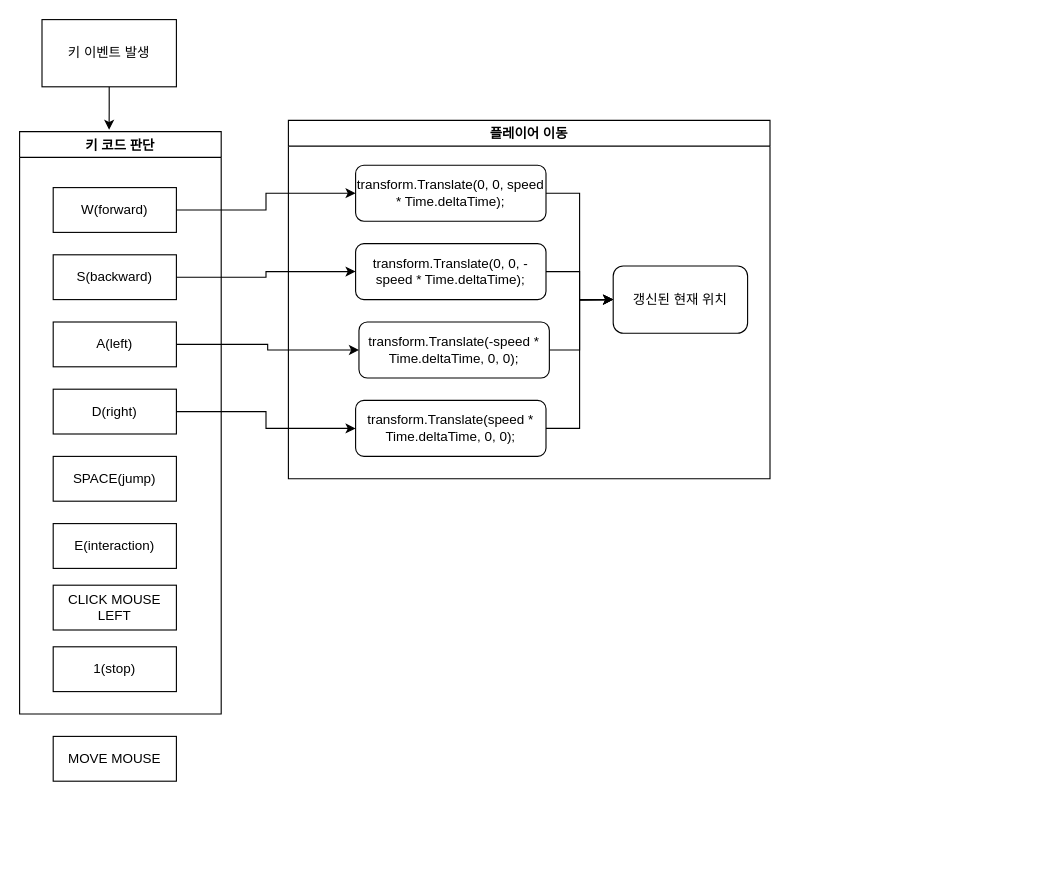
Above: img/Untitled Diagram.drawio in jeongwoo1788029/jeongwoo1788029.github.io (draw.io), before the change. Source tidied: cells renumbered, new cells numbered last; positions are measured from the earlier drawing's top-left corner, leaving out a move shared by most shapes. Both pictures are drawn from the tidied source at 112%, with x=0, y=0 at pixel (19, 19).
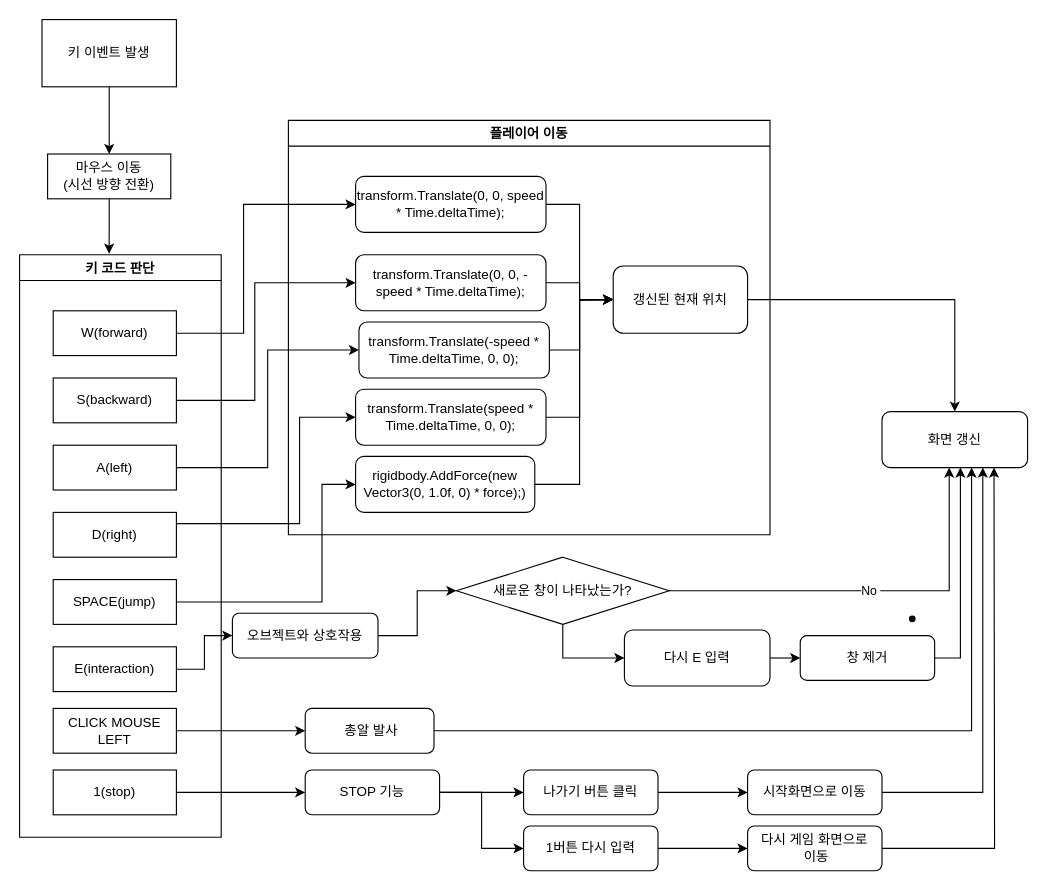
Above is the later version.

Unchanged cells that the change refers to:
```xml
<mxCell id="3" value="키 이벤트 발생" style="rounded=0;whiteSpace=wrap;html=1;" parent="1" vertex="1">
  <mxGeometry x="20" width="120" height="60" as="geometry" />
</mxCell>
<mxCell id="5" value="W(forward)" style="rounded=0;whiteSpace=wrap;html=1;" parent="4" vertex="1">
  <mxGeometry x="30" y="50" width="110" height="40" as="geometry" />
</mxCell>
<mxCell id="7" value="S(backward)" style="rounded=0;whiteSpace=wrap;html=1;" parent="4" vertex="1">
  <mxGeometry x="30" y="110" width="110" height="40" as="geometry" />
</mxCell>
<mxCell id="9" value="D(right)" style="rounded=0;whiteSpace=wrap;html=1;" parent="4" vertex="1">
  <mxGeometry x="30" y="230" width="110" height="40" as="geometry" />
</mxCell>
<mxCell id="10" value="SPACE(jump)" style="rounded=0;whiteSpace=wrap;html=1;" parent="4" vertex="1">
  <mxGeometry x="30" y="290" width="110" height="40" as="geometry" />
</mxCell>
<mxCell id="11" value="E(interaction)" style="rounded=0;whiteSpace=wrap;html=1;" parent="4" vertex="1">
  <mxGeometry x="30" y="350" width="110" height="40" as="geometry" />
</mxCell>
<mxCell id="12" value="CLICK MOUSE LEFT" style="rounded=0;whiteSpace=wrap;html=1;" parent="4" vertex="1">
  <mxGeometry x="30" y="405" width="110" height="40" as="geometry" />
</mxCell>
<mxCell id="13" value="1(stop)" style="rounded=0;whiteSpace=wrap;html=1;" parent="4" vertex="1">
  <mxGeometry x="30" y="460" width="110" height="40" as="geometry" />
</mxCell>
<mxCell id="23" value="갱신된 현재 위치" style="rounded=1;whiteSpace=wrap;html=1;" parent="15" vertex="1">
  <mxGeometry x="290" y="130" width="120" height="60" as="geometry" />
</mxCell>
```

What changed in the source:
```diff
@@
-    <mxCell id="2" style="edgeStyle=orthogonalEdgeStyle;rounded=0;jettySize=auto;html=1;entryX=0.444;entryY=-0.003;entryDx=0;entryDy=0;entryPerimeter=0;" parent="1" edge="1" source="3" target="4">
+    <mxCell id="2" style="edgeStyle=orthogonalEdgeStyle;rounded=0;jettySize=auto;html=1;entryX=0.5;entryY=0;entryDx=0;entryDy=0;" parent="1" edge="1" source="3" target="14">
       <mxGeometry relative="1" as="geometry" />
     </mxCell>
@@
     <mxCell id="4" value="키 코드 판단" style="swimlane;fontFamily=Helvetica;fontSize=12;fontColor=#000000;align=center;strokeColor=#000000;fillColor=#ffffff;" parent="1" vertex="1">
-      <mxGeometry y="100" width="180" height="520" as="geometry" />
+      <mxGeometry y="210" width="180" height="520" as="geometry" />
     </mxCell>
@@
+    <mxCell id="29" style="edgeStyle=orthogonalEdgeStyle;rounded=0;jettySize=auto;html=1;exitX=0.5;exitY=1;exitDx=0;exitDy=0;entryX=0.444;entryY=-0.002;entryDx=0;entryDy=0;entryPerimeter=0;" parent="1" edge="1" source="14" target="4">
+      <mxGeometry relative="1" as="geometry" />
+    </mxCell>
-    <mxCell id="14" value="MOVE MOUSE" style="rounded=0;whiteSpace=wrap;html=1;" parent="1" vertex="1">
-      <mxGeometry x="30" y="640" width="110" height="40" as="geometry" />
+    <mxCell id="14" value="마우스 이동&lt;br&gt;(시선 방향 전환)" style="rounded=0;whiteSpace=wrap;html=1;" parent="1" vertex="1">
+      <mxGeometry x="25" y="120" width="110" height="40" as="geometry" />
     </mxCell>
     <mxCell id="15" value="플레이어 이동" style="swimlane;" parent="1" vertex="1">
-      <mxGeometry x="240" y="90" width="430" height="320" as="geometry" />
+      <mxGeometry x="240" y="90" width="430" height="370" as="geometry" />
     </mxCell>
@@
     <mxCell id="17" value="transform.Translate(0, 0, speed * Time.deltaTime);" style="rounded=1;whiteSpace=wrap;html=1;" parent="15" vertex="1">
-      <mxGeometry x="60" y="40" width="170" height="50" as="geometry" />
+      <mxGeometry x="60" y="50" width="170" height="50" as="geometry" />
     </mxCell>
@@
     <mxCell id="19" value="transform.Translate(speed * Time.deltaTime, 0, 0);" style="rounded=1;whiteSpace=wrap;html=1;" parent="15" vertex="1">
-      <mxGeometry x="60" y="250" width="170" height="50" as="geometry" />
+      <mxGeometry x="60" y="240" width="170" height="50" as="geometry" />
     </mxCell>
@@
     <mxCell id="22" value="transform.Translate(0, 0, -speed * Time.deltaTime);" style="rounded=1;whiteSpace=wrap;html=1;" parent="15" vertex="1">
-      <mxGeometry x="60" y="110" width="170" height="50" as="geometry" />
+      <mxGeometry x="60" y="120" width="170" height="50" as="geometry" />
     </mxCell>
@@
+    <mxCell id="30" style="edgeStyle=orthogonalEdgeStyle;rounded=0;jettySize=auto;html=1;exitX=1;exitY=0.5;exitDx=0;exitDy=0;entryX=0;entryY=0.5;entryDx=0;entryDy=0;" parent="15" edge="1" source="31" target="23">
+      <mxGeometry relative="1" as="geometry">
+        <Array as="points">
+          <mxPoint x="260" y="325" />
+          <mxPoint x="260" y="160" />
+        </Array>
+      </mxGeometry>
+    </mxCell>
+    <mxCell id="31" value="&lt;span style=&quot;&quot;&gt;rigidbody.AddForce(new Vector3(0, 1.0f, 0) * force);&lt;/span&gt;)" style="rounded=1;whiteSpace=wrap;html=1;fontColor=#000000;" parent="15" vertex="1">
+      <mxGeometry x="60" y="300" width="160" height="50" as="geometry" />
+    </mxCell>
     <mxCell id="24" style="edgeStyle=orthogonalEdgeStyle;rounded=0;jettySize=auto;html=1;entryX=0;entryY=0.5;entryDx=0;entryDy=0;" parent="1" edge="1" source="5" target="17">
-      <mxGeometry relative="1" as="geometry" />
+      <mxGeometry relative="1" as="geometry">
+        <Array as="points">
+          <mxPoint x="200" y="280" />
+          <mxPoint x="200" y="165" />
+        </Array>
+      </mxGeometry>
     </mxCell>
     <mxCell id="25" style="edgeStyle=orthogonalEdgeStyle;rounded=0;jettySize=auto;html=1;entryX=0;entryY=0.5;entryDx=0;entryDy=0;" parent="1" edge="1" source="7" target="22">
-      <mxGeometry relative="1" as="geometry" />
+      <mxGeometry relative="1" as="geometry">
+        <Array as="points">
+          <mxPoint x="210" y="340" />
+          <mxPoint x="210" y="235" />
+        </Array>
+      </mxGeometry>
     </mxCell>
@@
     <mxCell id="27" style="edgeStyle=orthogonalEdgeStyle;rounded=0;jettySize=auto;html=1;entryX=0;entryY=0.5;entryDx=0;entryDy=0;" parent="1" edge="1" source="9" target="19">
-      <mxGeometry relative="1" as="geometry" />
+      <mxGeometry relative="1" as="geometry">
+        <Array as="points">
+          <mxPoint x="250" y="450" />
+          <mxPoint x="250" y="355" />
+        </Array>
+      </mxGeometry>
     </mxCell>
@@
+    <mxCell id="32" style="edgeStyle=orthogonalEdgeStyle;rounded=0;jettySize=auto;html=1;" parent="1" edge="1" source="33" target="37">
+      <mxGeometry relative="1" as="geometry" />
+    </mxCell>
+    <mxCell id="33" value="오브젝트와 상호작용" style="rounded=1;whiteSpace=wrap;html=1;" parent="1" vertex="1">
+      <mxGeometry x="190" y="530" width="130" height="40" as="geometry" />
+    </mxCell>
+    <mxCell id="34" style="edgeStyle=orthogonalEdgeStyle;rounded=0;jettySize=auto;html=1;entryX=0;entryY=0.5;entryDx=0;entryDy=0;" parent="1" edge="1" source="11" target="33">
+      <mxGeometry relative="1" as="geometry" />
+    </mxCell>
+    <mxCell id="35" value="No&amp;nbsp;" style="edgeStyle=orthogonalEdgeStyle;rounded=0;jettySize=auto;html=1;" parent="1" edge="1" source="37" target="38">
+      <mxGeometry relative="1" as="geometry">
+        <Array as="points">
+          <mxPoint x="830" y="510" />
+        </Array>
+      </mxGeometry>
+    </mxCell>
+    <mxCell id="36" style="edgeStyle=orthogonalEdgeStyle;rounded=0;jettySize=auto;html=1;exitX=0.5;exitY=1;exitDx=0;exitDy=0;entryX=0;entryY=0.5;entryDx=0;entryDy=0;" parent="1" edge="1" source="37" target="40">
+      <mxGeometry relative="1" as="geometry" />
+    </mxCell>
+    <mxCell id="37" value="새로운 창이 나타났는가?" style="rhombus;whiteSpace=wrap;html=1;fontFamily=Helvetica;fontSize=12;fontColor=#000000;align=center;strokeColor=#000000;fillColor=#ffffff;" parent="1" vertex="1">
+      <mxGeometry x="390" y="480" width="190" height="60" as="geometry" />
+    </mxCell>
+    <mxCell id="38" value="화면 갱신" style="rounded=1;whiteSpace=wrap;html=1;fontFamily=Helvetica;fontSize=12;fontColor=#000000;align=center;strokeColor=#000000;fillColor=#ffffff;" parent="1" vertex="1">
+      <mxGeometry x="770" y="350" width="130" height="50" as="geometry" />
+    </mxCell>
+    <mxCell id="39" style="edgeStyle=orthogonalEdgeStyle;rounded=0;jettySize=auto;html=1;exitX=1;exitY=0.5;exitDx=0;exitDy=0;entryX=0;entryY=0.5;entryDx=0;entryDy=0;" parent="1" edge="1" source="40" target="43">
+      <mxGeometry relative="1" as="geometry" />
+    </mxCell>
+    <mxCell id="40" value="다시 E 입력" style="rounded=1;whiteSpace=wrap;html=1;fontFamily=Helvetica;fontSize=12;fontColor=#000000;align=center;strokeColor=#000000;fillColor=#ffffff;" parent="1" vertex="1">
+      <mxGeometry x="540" y="545" width="130" height="50" as="geometry" />
+    </mxCell>
+    <mxCell id="41" style="shape=waypoint;size=6;fillColor=#ffffff;perimeter=centerPerimeter;rounded=1;" parent="1" vertex="1">
+      <mxGeometry x="777" y="515" width="40" height="40" as="geometry" />
+    </mxCell>
+    <mxCell id="42" style="edgeStyle=orthogonalEdgeStyle;rounded=0;jettySize=auto;html=1;" parent="1" edge="1" source="43">
+      <mxGeometry relative="1" as="geometry">
+        <mxPoint x="840" y="400" as="targetPoint" />
+        <Array as="points">
+          <mxPoint x="840" y="570" />
+        </Array>
+      </mxGeometry>
+    </mxCell>
+    <mxCell id="43" value="창 제거" style="rounded=1;whiteSpace=wrap;html=1;" parent="1" vertex="1">
+      <mxGeometry x="697" y="550" width="120" height="40" as="geometry" />
+    </mxCell>
+    <mxCell id="44" style="edgeStyle=orthogonalEdgeStyle;rounded=0;jettySize=auto;html=1;" parent="1" edge="1" source="23" target="38">
+      <mxGeometry relative="1" as="geometry" />
+    </mxCell>
+    <mxCell id="45" style="edgeStyle=orthogonalEdgeStyle;rounded=0;jettySize=auto;html=1;exitX=1;exitY=0.5;exitDx=0;exitDy=0;" parent="1" edge="1" source="46" target="38">
+      <mxGeometry relative="1" as="geometry">
+        <Array as="points">
+          <mxPoint x="850" y="635" />
+        </Array>
+      </mxGeometry>
+    </mxCell>
+    <mxCell id="46" value="&amp;nbsp;총알 발사" style="rounded=1;whiteSpace=wrap;html=1;fontFamily=Helvetica;fontSize=12;fontColor=#000000;align=center;strokeColor=#000000;fillColor=#ffffff;" parent="1" vertex="1">
+      <mxGeometry x="255" y="615" width="115" height="40" as="geometry" />
+    </mxCell>
+    <mxCell id="47" style="edgeStyle=orthogonalEdgeStyle;rounded=0;jettySize=auto;html=1;" parent="1" edge="1" source="12" target="46">
+      <mxGeometry relative="1" as="geometry" />
+    </mxCell>
+    <mxCell id="48" style="edgeStyle=orthogonalEdgeStyle;rounded=0;jettySize=auto;html=1;entryX=0;entryY=0.5;entryDx=0;entryDy=0;" parent="1" edge="1" source="50" target="53">
+      <mxGeometry relative="1" as="geometry" />
+    </mxCell>
+    <mxCell id="49" style="edgeStyle=orthogonalEdgeStyle;rounded=0;jettySize=auto;html=1;exitX=1;exitY=0.5;exitDx=0;exitDy=0;entryX=0;entryY=0.5;entryDx=0;entryDy=0;" parent="1" edge="1" source="50" target="55">
+      <mxGeometry relative="1" as="geometry" />
+    </mxCell>
+    <mxCell id="50" value="STOP 기능" style="rounded=1;whiteSpace=wrap;html=1;" parent="1" vertex="1">
+      <mxGeometry x="255" y="670" width="120" height="40" as="geometry" />
+    </mxCell>
+    <mxCell id="51" style="edgeStyle=orthogonalEdgeStyle;rounded=0;jettySize=auto;html=1;exitX=1;exitY=0.5;exitDx=0;exitDy=0;entryX=0;entryY=0.5;entryDx=0;entryDy=0;" parent="1" edge="1" source="13" target="50">
+      <mxGeometry relative="1" as="geometry" />
+    </mxCell>
+    <mxCell id="52" style="edgeStyle=orthogonalEdgeStyle;rounded=0;jettySize=auto;html=1;" parent="1" edge="1" source="53" target="57">
+      <mxGeometry relative="1" as="geometry" />
+    </mxCell>
+    <mxCell id="53" value="나가기 버튼 클릭" style="rounded=1;whiteSpace=wrap;html=1;" parent="1" vertex="1">
+      <mxGeometry x="450" y="670" width="120" height="40" as="geometry" />
+    </mxCell>
+    <mxCell id="54" style="edgeStyle=orthogonalEdgeStyle;rounded=0;jettySize=auto;html=1;" parent="1" edge="1" source="55" target="59">
+      <mxGeometry relative="1" as="geometry" />
+    </mxCell>
+    <mxCell id="55" value="1버튼 다시 입력" style="rounded=1;whiteSpace=wrap;html=1;" parent="1" vertex="1">
+      <mxGeometry x="450" y="720" width="120" height="40" as="geometry" />
+    </mxCell>
+    <mxCell id="56" style="edgeStyle=orthogonalEdgeStyle;rounded=0;jettySize=auto;html=1;exitX=1;exitY=0.5;exitDx=0;exitDy=0;" parent="1" edge="1" source="57" target="38">
+      <mxGeometry relative="1" as="geometry">
+        <Array as="points">
+          <mxPoint x="860" y="690" />
+        </Array>
+      </mxGeometry>
+    </mxCell>
+    <mxCell id="57" value="시작화면으로 이동" style="whiteSpace=wrap;html=1;rounded=1;" parent="1" vertex="1">
+      <mxGeometry x="650" y="670" width="120" height="40" as="geometry" />
+    </mxCell>
+    <mxCell id="58" style="edgeStyle=orthogonalEdgeStyle;rounded=0;jettySize=auto;html=1;exitX=1;exitY=0.5;exitDx=0;exitDy=0;" parent="1" edge="1" source="59">
+      <mxGeometry relative="1" as="geometry">
+        <mxPoint x="870" y="400" as="targetPoint" />
+      </mxGeometry>
+    </mxCell>
+    <mxCell id="59" value="다시 게임 화면으로&lt;br&gt;&amp;nbsp;이동" style="whiteSpace=wrap;html=1;rounded=1;" parent="1" vertex="1">
+      <mxGeometry x="650" y="720" width="120" height="40" as="geometry" />
+    </mxCell>
+    <mxCell id="60" style="edgeStyle=orthogonalEdgeStyle;rounded=0;jettySize=auto;html=1;exitX=1;exitY=0.5;exitDx=0;exitDy=0;entryX=0;entryY=0.5;entryDx=0;entryDy=0;" parent="1" edge="1" source="10" target="31">
+      <mxGeometry relative="1" as="geometry">
+        <Array as="points">
+          <mxPoint x="270" y="520" />
+          <mxPoint x="270" y="415" />
+        </Array>
+      </mxGeometry>
+    </mxCell>
```
